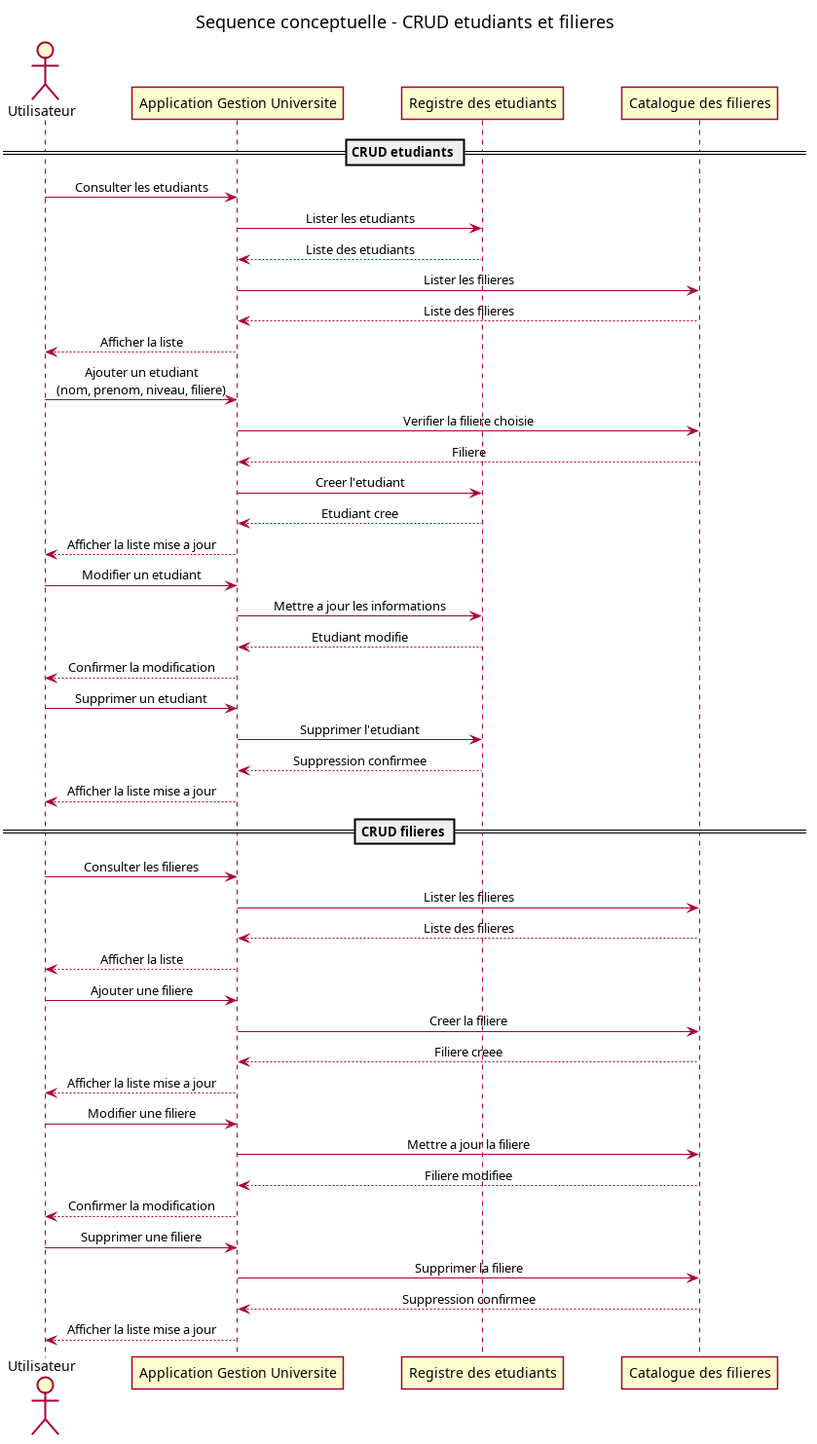
mehdidabaj/app-etudiant keeps this PlantUML diagram as docs/uml/images/sequence-conceptuel.png. Above is the earlier version. Its source is kept beside it as docs/uml/sequence-conceptuel.puml.
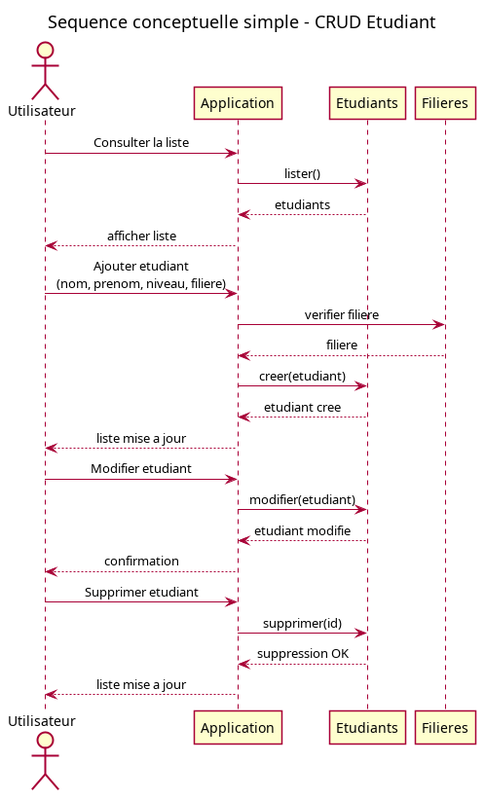
Later version of the same file.

Change to the diagram source:
```diff
@@ -1,60 +1,34 @@
 @startuml
-title Sequence conceptuelle - CRUD etudiants et filieres
+title Sequence conceptuelle simple - CRUD Etudiant
 
 skinparam shadowing false
 skinparam sequenceMessageAlign center
-skinparam ParticipantPadding 25
-skinparam BoxPadding 10
 
-actor "Utilisateur" as Utilisateur
-participant "Application Gestion Universite" as Systeme
-participant "Registre des etudiants" as Registre
-participant "Catalogue des filieres" as Catalogue
+actor "Utilisateur" as U
+participant "Application" as App
+participant "Etudiants" as E
+participant "Filieres" as F
 
-== CRUD etudiants ==
-Utilisateur -> Systeme : Consulter les etudiants
-Systeme -> Registre : Lister les etudiants
-Registre --> Systeme : Liste des etudiants
-Systeme -> Catalogue : Lister les filieres
-Catalogue --> Systeme : Liste des filieres
-Systeme --> Utilisateur : Afficher la liste
+U -> App : Consulter la liste
+App -> E : lister()
+E --> App : etudiants
+App --> U : afficher liste
 
-Utilisateur -> Systeme : Ajouter un etudiant\n(nom, prenom, niveau, filiere)
-Systeme -> Catalogue : Verifier la filiere choisie
-Catalogue --> Systeme : Filiere
-Systeme -> Registre : Creer l'etudiant
-Registre --> Systeme : Etudiant cree
-Systeme --> Utilisateur : Afficher la liste mise a jour
+U -> App : Ajouter etudiant\n(nom, prenom, niveau, filiere)
+App -> F : verifier filiere
+F --> App : filiere
+App -> E : creer(etudiant)
+E --> App : etudiant cree
+App --> U : liste mise a jour
 
-Utilisateur -> Systeme : Modifier un etudiant
-Systeme -> Registre : Mettre a jour les informations
-Registre --> Systeme : Etudiant modifie
-Systeme --> Utilisateur : Confirmer la modification
+U -> App : Modifier etudiant
+App -> E : modifier(etudiant)
+E --> App : etudiant modifie
+App --> U : confirmation
 
-Utilisateur -> Systeme : Supprimer un etudiant
-Systeme -> Registre : Supprimer l'etudiant
-Registre --> Systeme : Suppression confirmee
-Systeme --> Utilisateur : Afficher la liste mise a jour
-
-== CRUD filieres ==
-Utilisateur -> Systeme : Consulter les filieres
-Systeme -> Catalogue : Lister les filieres
-Catalogue --> Systeme : Liste des filieres
-Systeme --> Utilisateur : Afficher la liste
-
-Utilisateur -> Systeme : Ajouter une filiere
-Systeme -> Catalogue : Creer la filiere
-Catalogue --> Systeme : Filiere creee
-Systeme --> Utilisateur : Afficher la liste mise a jour
-
-Utilisateur -> Systeme : Modifier une filiere
-Systeme -> Catalogue : Mettre a jour la filiere
-Catalogue --> Systeme : Filiere modifiee
-Systeme --> Utilisateur : Confirmer la modification
-
-Utilisateur -> Systeme : Supprimer une filiere
-Systeme -> Catalogue : Supprimer la filiere
-Catalogue --> Systeme : Suppression confirmee
-Systeme --> Utilisateur : Afficher la liste mise a jour
+U -> App : Supprimer etudiant
+App -> E : supprimer(id)
+E --> App : suppression OK
+App --> U : liste mise a jour
 
 @enduml
```
